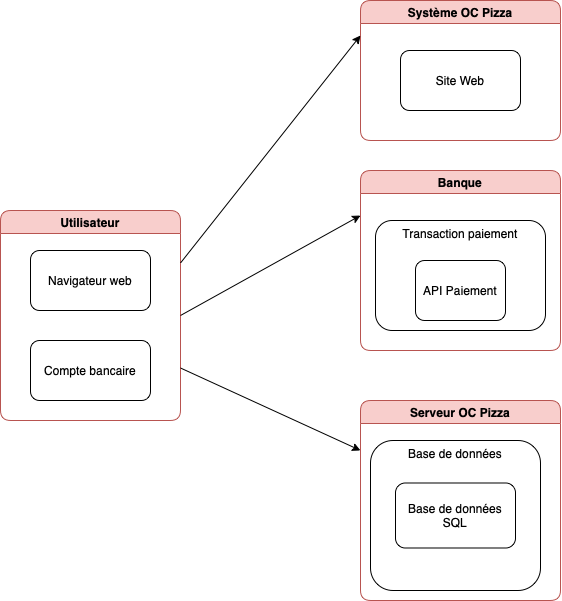
YvesC88/Project-7 keeps this draw.io diagram as diagramme_deploiement.drawio.png. Above is the earlier version. Source tidied: cells renumbered, new cells last; positions are measured from the earlier drawing's top-left corner, leaving out a move shared by most shapes.
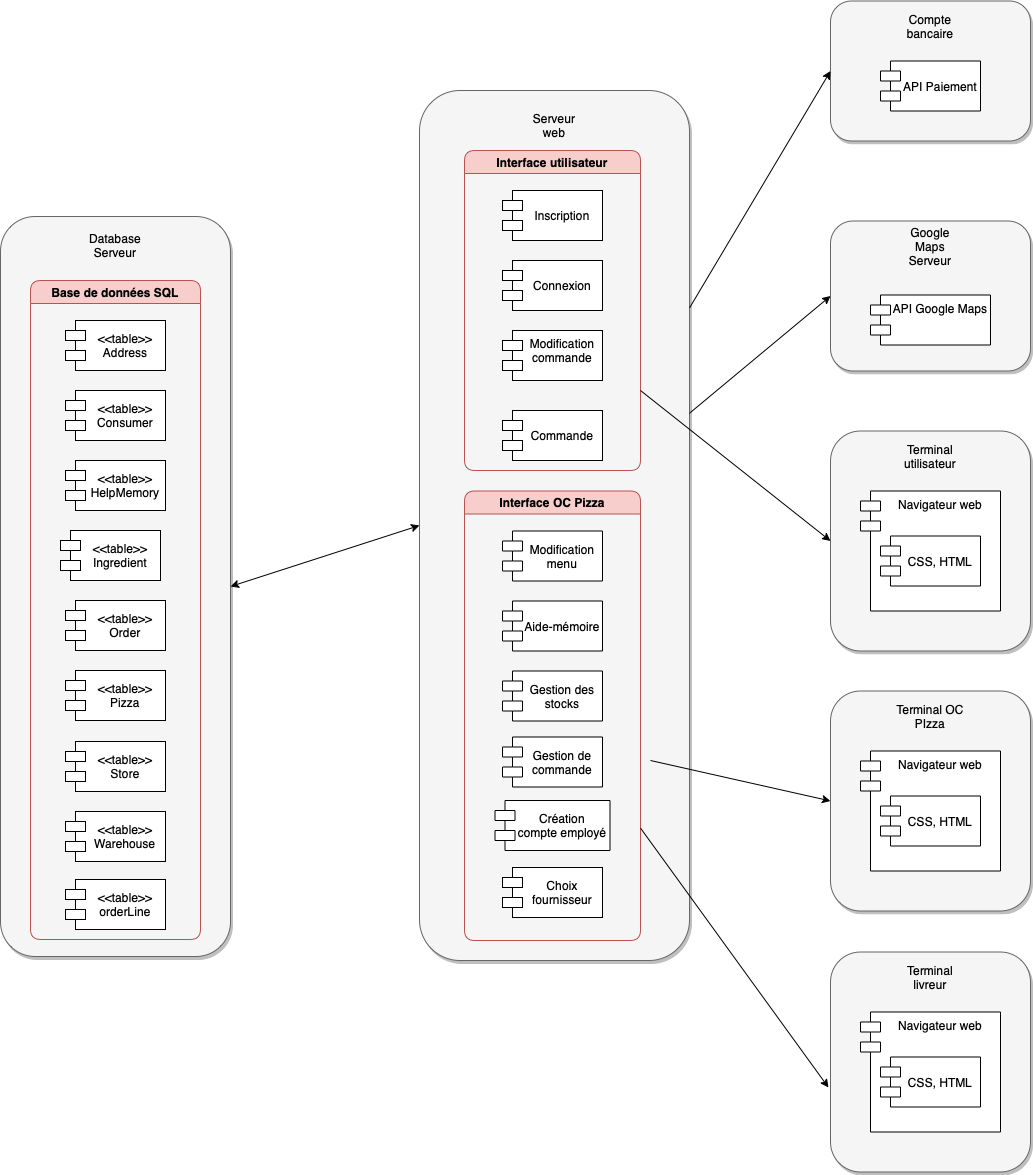
The same file after the commit.

The edit, as a diff of the source:
```diff
@@ -2,47 +2,157 @@
   <root>
     <mxCell id="0" />
     <mxCell id="1" parent="0" />
+    <mxCell id="16" style="html=1;rounded=1;fillColor=#f5f5f5;fontColor=#333333;strokeColor=#666666;shadow=1;" parent="1" vertex="1">
+      <mxGeometry x="-45" y="150" width="270" height="870" as="geometry" />
+    </mxCell>
-    <mxCell id="2" value="Utilisateur" style="swimlane;fillColor=#f8cecc;strokeColor=#b85450;rounded=1;" parent="1" vertex="1">
-      <mxGeometry y="210" width="180" height="210" as="geometry" />
+    <mxCell id="2" value="Interface utilisateur" style="swimlane;fillColor=#f8cecc;strokeColor=#b85450;rounded=1;align=center;" parent="1" vertex="1">
+      <mxGeometry y="210" width="176" height="320" as="geometry" />
     </mxCell>
-    <mxCell id="3" value="Navigateur web" style="rounded=1;whiteSpace=wrap;html=1;" parent="2" vertex="1">
-      <mxGeometry x="30" y="40" width="120" height="60" as="geometry" />
-    </mxCell>
+    <mxCell id="17" value="Inscription" style="shape=module;align=left;spacingLeft=20;align=center;verticalAlign=middle;rounded=1;" parent="2" vertex="1">
+      <mxGeometry x="38" y="40" width="100" height="50" as="geometry" />
+    </mxCell>
+    <mxCell id="18" value="Connexion" style="shape=module;align=left;spacingLeft=20;align=center;verticalAlign=middle;rounded=1;" parent="2" vertex="1">
+      <mxGeometry x="38" y="110" width="100" height="50" as="geometry" />
+    </mxCell>
+    <mxCell id="19" value="Modification &#10;commande" style="shape=module;align=left;spacingLeft=20;align=center;verticalAlign=top;rounded=1;" parent="2" vertex="1">
+      <mxGeometry x="38" y="180" width="100" height="50" as="geometry" />
+    </mxCell>
+    <mxCell id="20" value="Commande" style="shape=module;align=left;spacingLeft=20;align=center;verticalAlign=middle;rounded=1;" parent="2" vertex="1">
+      <mxGeometry x="38" y="260" width="100" height="50" as="geometry" />
+    </mxCell>
+    <mxCell id="21" value="Serveur web" style="text;html=1;strokeColor=none;fillColor=none;align=center;verticalAlign=middle;whiteSpace=wrap;rounded=0;" parent="1" vertex="1">
+      <mxGeometry x="60" y="170" width="60" height="30" as="geometry" />
+    </mxCell>
+    <mxCell id="22" value="Interface OC Pizza" style="swimlane;rounded=1;fillColor=#f8cecc;strokeColor=#b85450;" parent="1" vertex="1">
+      <mxGeometry y="550.5" width="176" height="449.5" as="geometry" />
+    </mxCell>
+    <mxCell id="23" value="Modification&#10;menu" style="shape=module;align=left;spacingLeft=20;align=center;verticalAlign=middle;rounded=1;" parent="22" vertex="1">
+      <mxGeometry x="38" y="40" width="100" height="50" as="geometry" />
+    </mxCell>
+    <mxCell id="24" value="Aide-mémoire" style="shape=module;align=left;spacingLeft=20;align=center;verticalAlign=middle;rounded=1;" parent="22" vertex="1">
+      <mxGeometry x="38" y="110" width="100" height="50" as="geometry" />
+    </mxCell>
+    <mxCell id="25" value="Gestion des&#10;stocks" style="shape=module;align=left;spacingLeft=20;align=center;verticalAlign=middle;rounded=1;" parent="22" vertex="1">
+      <mxGeometry x="38" y="180" width="100" height="50" as="geometry" />
+    </mxCell>
+    <mxCell id="26" value="Gestion de&#10;commande" style="shape=module;align=left;spacingLeft=20;align=center;verticalAlign=middle;rounded=1;" parent="22" vertex="1">
+      <mxGeometry x="38" y="246" width="100" height="50" as="geometry" />
+    </mxCell>
+    <mxCell id="27" value="Choix&#10;fournisseur" style="shape=module;align=left;spacingLeft=20;align=center;verticalAlign=middle;rounded=1;" parent="22" vertex="1">
+      <mxGeometry x="38" y="376.5" width="100" height="50" as="geometry" />
+    </mxCell>
+    <mxCell id="28" value="Création&#10;compte employé" style="shape=module;align=left;spacingLeft=20;align=center;verticalAlign=middle;rounded=1;" parent="22" vertex="1">
+      <mxGeometry x="30.5" y="309.5" width="115" height="50" as="geometry" />
+    </mxCell>
+    <mxCell id="29" style="endArrow=classic;html=1;rounded=0;exitX=1;exitY=0.5;exitDx=0;exitDy=0;entryX=0;entryY=0.5;entryDx=0;entryDy=0;shadow=0;sketch=0;startArrow=classic;startFill=1;" parent="1" edge="1" source="30" target="16">
+      <mxGeometry relative="1" as="geometry" />
+    </mxCell>
+    <mxCell id="30" style="rounded=1;whiteSpace=wrap;html=1;fillColor=#f5f5f5;fontColor=#333333;strokeColor=#666666;shadow=1;" parent="1" vertex="1">
+      <mxGeometry x="-464" y="276" width="230" height="740" as="geometry" />
+    </mxCell>
+    <mxCell id="12" value="Base de données SQL" style="swimlane;rounded=1;fillColor=#f8cecc;strokeColor=#b85450;" parent="1" vertex="1">
+      <mxGeometry x="-434" y="340" width="170" height="659" as="geometry" />
+    </mxCell>
+    <mxCell id="31" value="&lt;&lt;table&gt;&gt;&#10;Address" style="shape=module;align=left;spacingLeft=20;align=center;verticalAlign=middle;rounded=1;" parent="12" vertex="1">
+      <mxGeometry x="35" y="40" width="100" height="50" as="geometry" />
+    </mxCell>
+    <mxCell id="32" value="&lt;&lt;table&gt;&gt;&#10;Consumer" style="shape=module;align=left;spacingLeft=20;align=center;verticalAlign=middle;rounded=1;" parent="12" vertex="1">
+      <mxGeometry x="35" y="110" width="100" height="50" as="geometry" />
+    </mxCell>
+    <mxCell id="33" value="&lt;&lt;table&gt;&gt;&#10;HelpMemory" style="shape=module;align=left;spacingLeft=20;align=center;verticalAlign=middle;rounded=1;" parent="12" vertex="1">
+      <mxGeometry x="35" y="180" width="100" height="50" as="geometry" />
+    </mxCell>
+    <mxCell id="34" value="&lt;&lt;table&gt;&gt;&#10;Ingredient" style="shape=module;align=left;spacingLeft=20;align=center;verticalAlign=middle;rounded=1;" parent="12" vertex="1">
+      <mxGeometry x="30" y="250" width="100" height="50" as="geometry" />
+    </mxCell>
+    <mxCell id="35" value="&lt;&lt;table&gt;&gt;&#10;Order" style="shape=module;align=left;spacingLeft=20;align=center;verticalAlign=middle;rounded=1;" parent="12" vertex="1">
+      <mxGeometry x="35" y="320" width="100" height="50" as="geometry" />
+    </mxCell>
+    <mxCell id="36" value="&lt;&lt;table&gt;&gt;&#10;Pizza" style="shape=module;align=left;spacingLeft=20;align=center;verticalAlign=middle;rounded=1;" parent="12" vertex="1">
+      <mxGeometry x="35" y="390" width="100" height="50" as="geometry" />
+    </mxCell>
+    <mxCell id="37" value="&lt;&lt;table&gt;&gt;&#10;Store" style="shape=module;align=left;spacingLeft=20;align=center;verticalAlign=middle;rounded=1;" parent="12" vertex="1">
+      <mxGeometry x="35" y="461" width="100" height="50" as="geometry" />
+    </mxCell>
+    <mxCell id="38" value="&lt;&lt;table&gt;&gt;&#10;Warehouse" style="shape=module;align=left;spacingLeft=20;align=center;verticalAlign=middle;rounded=1;" parent="12" vertex="1">
+      <mxGeometry x="35" y="531" width="100" height="50" as="geometry" />
+    </mxCell>
+    <mxCell id="39" value="&lt;&lt;table&gt;&gt;&#10;orderLine" style="shape=module;align=left;spacingLeft=20;align=center;verticalAlign=middle;rounded=1;" parent="12" vertex="1">
+      <mxGeometry x="35" y="599" width="100" height="50" as="geometry" />
+    </mxCell>
+    <mxCell id="40" value="Database Serveur" style="text;html=1;strokeColor=none;fillColor=none;align=center;verticalAlign=middle;whiteSpace=wrap;rounded=0;" parent="1" vertex="1">
+      <mxGeometry x="-379" y="290" width="60" height="30" as="geometry" />
+    </mxCell>
+    <mxCell id="41" style="rounded=1;whiteSpace=wrap;html=1;fillColor=#f5f5f5;fontColor=#333333;strokeColor=#666666;shadow=1;" parent="1" vertex="1">
+      <mxGeometry x="366" y="60.5" width="200" height="140" as="geometry" />
+    </mxCell>
-    <mxCell id="4" value="Compte bancaire" style="rounded=1;whiteSpace=wrap;html=1;" parent="2" vertex="1">
-      <mxGeometry x="30" y="130" width="120" height="60" as="geometry" />
+    <mxCell id="4" value="Compte bancaire" style="text;html=1;strokeColor=none;fillColor=none;align=center;verticalAlign=middle;whiteSpace=wrap;rounded=0;" parent="1" vertex="1">
+      <mxGeometry x="436" y="70.5" width="60" height="30" as="geometry" />
     </mxCell>
-    <mxCell id="5" value="Banque" style="swimlane;fillColor=#f8cecc;strokeColor=#b85450;rounded=1;" parent="1" vertex="1">
-      <mxGeometry x="360" y="170" width="200" height="180" as="geometry" />
-    </mxCell>
-    <mxCell id="6" value="Transaction paiement" style="rounded=1;whiteSpace=wrap;html=1;verticalAlign=top;" parent="5" vertex="1">
-      <mxGeometry x="15" y="50" width="170" height="110" as="geometry" />
-    </mxCell>
-    <mxCell id="7" value="API Paiement" style="rounded=1;whiteSpace=wrap;html=1;" parent="5" vertex="1">
-      <mxGeometry x="55" y="90" width="90" height="60" as="geometry" />
+    <mxCell id="7" value="API Paiement" style="shape=module;align=left;spacingLeft=20;align=center;verticalAlign=middle;rounded=1;" parent="1" vertex="1">
+      <mxGeometry x="416" y="120.5" width="100" height="50" as="geometry" />
     </mxCell>
-    <mxCell id="8" value="Système OC Pizza" style="swimlane;fillColor=#f8cecc;strokeColor=#b85450;rounded=1;" parent="1" vertex="1">
-      <mxGeometry x="360" width="200" height="140" as="geometry" />
-    </mxCell>
-    <mxCell id="9" value="Site Web" style="rounded=1;whiteSpace=wrap;html=1;" parent="8" vertex="1">
-      <mxGeometry x="40" y="50" width="120" height="60" as="geometry" />
-    </mxCell>
-    <mxCell id="10" value="Serveur OC Pizza" style="swimlane;fillColor=#f8cecc;strokeColor=#b85450;rounded=1;" parent="1" vertex="1">
-      <mxGeometry x="360" y="400" width="200" height="200" as="geometry" />
-    </mxCell>
-    <mxCell id="11" value="Base de données" style="rounded=1;whiteSpace=wrap;html=1;verticalAlign=top;" parent="10" vertex="1">
-      <mxGeometry x="10" y="40" width="170" height="150" as="geometry" />
-    </mxCell>
-    <mxCell id="12" value="Base de données SQL" style="rounded=1;whiteSpace=wrap;html=1;" parent="10" vertex="1">
-      <mxGeometry x="35" y="82.5" width="120" height="65" as="geometry" />
-    </mxCell>
-    <mxCell id="13" style="endArrow=classic;html=1;rounded=0;exitX=1;exitY=0.25;exitDx=0;exitDy=0;entryX=0;entryY=0.25;entryDx=0;entryDy=0;" parent="1" edge="1" source="2" target="8">
-      <mxGeometry relative="1" as="geometry" />
-    </mxCell>
-    <mxCell id="14" style="endArrow=classic;html=1;rounded=0;exitX=1;exitY=0.5;exitDx=0;exitDy=0;entryX=0;entryY=0.25;entryDx=0;entryDy=0;" parent="1" edge="1" source="2" target="5">
-      <mxGeometry relative="1" as="geometry" />
-    </mxCell>
-    <mxCell id="15" style="endArrow=classic;html=1;rounded=0;exitX=1;exitY=0.75;exitDx=0;exitDy=0;entryX=0;entryY=0.25;entryDx=0;entryDy=0;" parent="1" edge="1" source="2" target="10">
-      <mxGeometry relative="1" as="geometry" />
-    </mxCell>
+    <mxCell id="42" style="rounded=1;whiteSpace=wrap;html=1;fillColor=#f5f5f5;fontColor=#333333;strokeColor=#666666;shadow=1;" parent="1" vertex="1">
+      <mxGeometry x="366" y="280.5" width="200" height="150" as="geometry" />
+    </mxCell>
+    <mxCell id="43" value="Google Maps Serveur" style="text;html=1;strokeColor=none;fillColor=none;align=center;verticalAlign=middle;whiteSpace=wrap;rounded=0;" parent="1" vertex="1">
+      <mxGeometry x="436" y="290.5" width="60" height="30" as="geometry" />
+    </mxCell>
+    <mxCell id="44" value="API Google Maps" style="shape=module;align=left;spacingLeft=20;align=center;verticalAlign=top;rounded=1;" parent="1" vertex="1">
+      <mxGeometry x="406" y="354.5" width="120" height="50" as="geometry" />
+    </mxCell>
+    <mxCell id="45" style="rounded=1;whiteSpace=wrap;html=1;shadow=1;fillColor=#f5f5f5;fontColor=#333333;strokeColor=#666666;" parent="1" vertex="1">
+      <mxGeometry x="366" y="490.5" width="200" height="220" as="geometry" />
+    </mxCell>
+    <mxCell id="46" value="Terminal utilisateur" style="text;html=1;strokeColor=none;fillColor=none;align=center;verticalAlign=middle;whiteSpace=wrap;rounded=0;shadow=1;" parent="1" vertex="1">
+      <mxGeometry x="431" y="500.5" width="70" height="30" as="geometry" />
+    </mxCell>
+    <mxCell id="47" value="Navigateur web" style="shape=module;align=left;spacingLeft=20;align=center;verticalAlign=top;rounded=1;shadow=0;" parent="1" vertex="1">
+      <mxGeometry x="396" y="550.5" width="140" height="120" as="geometry" />
+    </mxCell>
+    <mxCell id="48" value="CSS, HTML" style="shape=module;align=left;spacingLeft=20;align=center;verticalAlign=middle;rounded=1;shadow=0;" parent="1" vertex="1">
+      <mxGeometry x="416" y="595.5" width="100" height="50" as="geometry" />
+    </mxCell>
+    <mxCell id="49" style="rounded=1;whiteSpace=wrap;html=1;shadow=1;fillColor=#f5f5f5;fontColor=#333333;strokeColor=#666666;" parent="1" vertex="1">
+      <mxGeometry x="366" y="750.5" width="200" height="220" as="geometry" />
+    </mxCell>
+    <mxCell id="50" value="Terminal OC PIzza" style="text;html=1;strokeColor=none;fillColor=none;align=center;verticalAlign=middle;whiteSpace=wrap;rounded=0;shadow=1;" parent="1" vertex="1">
+      <mxGeometry x="431" y="760.5" width="70" height="30" as="geometry" />
+    </mxCell>
+    <mxCell id="51" value="Navigateur web" style="shape=module;align=left;spacingLeft=20;align=center;verticalAlign=top;rounded=1;shadow=0;" parent="1" vertex="1">
+      <mxGeometry x="396" y="810.5" width="140" height="120" as="geometry" />
+    </mxCell>
+    <mxCell id="52" value="CSS, HTML" style="shape=module;align=left;spacingLeft=20;align=center;verticalAlign=middle;rounded=1;shadow=0;" parent="1" vertex="1">
+      <mxGeometry x="416" y="855.5" width="100" height="50" as="geometry" />
+    </mxCell>
+    <mxCell id="53" style="rounded=1;whiteSpace=wrap;html=1;shadow=1;fillColor=#f5f5f5;fontColor=#333333;strokeColor=#666666;" parent="1" vertex="1">
+      <mxGeometry x="366" y="1011.5" width="200" height="220" as="geometry" />
+    </mxCell>
+    <mxCell id="54" value="Terminal livreur" style="text;html=1;strokeColor=none;fillColor=none;align=center;verticalAlign=middle;whiteSpace=wrap;rounded=0;shadow=1;" parent="1" vertex="1">
+      <mxGeometry x="431" y="1021.5" width="70" height="30" as="geometry" />
+    </mxCell>
+    <mxCell id="55" value="Navigateur web" style="shape=module;align=left;spacingLeft=20;align=center;verticalAlign=top;rounded=1;shadow=0;" parent="1" vertex="1">
+      <mxGeometry x="396" y="1071.5" width="140" height="120" as="geometry" />
+    </mxCell>
+    <mxCell id="56" value="CSS, HTML" style="shape=module;align=left;spacingLeft=20;align=center;verticalAlign=middle;rounded=1;shadow=0;" parent="1" vertex="1">
+      <mxGeometry x="416" y="1116.5" width="100" height="50" as="geometry" />
+    </mxCell>
+    <mxCell id="57" style="endArrow=classic;html=1;rounded=0;shadow=0;sketch=0;exitX=1;exitY=0.25;exitDx=0;exitDy=0;entryX=0;entryY=0.5;entryDx=0;entryDy=0;" parent="1" edge="1" source="16" target="41">
+      <mxGeometry relative="1" as="geometry" />
+    </mxCell>
+    <mxCell id="58" style="endArrow=classic;html=1;rounded=0;shadow=0;sketch=0;entryX=0;entryY=0.5;entryDx=0;entryDy=0;" parent="1" edge="1" target="49">
+      <mxGeometry relative="1" as="geometry">
+        <mxPoint x="186" y="820" as="sourcePoint" />
+      </mxGeometry>
+    </mxCell>
+    <mxCell id="59" style="endArrow=classic;html=1;rounded=0;shadow=0;sketch=0;entryX=0;entryY=0.5;entryDx=0;entryDy=0;" parent="1" edge="1" source="16" target="42">
+      <mxGeometry relative="1" as="geometry" />
+    </mxCell>
+    <mxCell id="60" style="endArrow=classic;html=1;rounded=0;shadow=0;sketch=0;entryX=0;entryY=0.5;entryDx=0;entryDy=0;exitX=1;exitY=0.75;exitDx=0;exitDy=0;" parent="1" edge="1" source="2" target="45">
+      <mxGeometry relative="1" as="geometry" />
+    </mxCell>
+    <mxCell id="61" style="endArrow=classic;html=1;rounded=0;shadow=0;sketch=0;entryX=-0.01;entryY=0.616;entryDx=0;entryDy=0;entryPerimeter=0;exitX=1;exitY=0.75;exitDx=0;exitDy=0;" parent="1" edge="1" source="22" target="53">
+      <mxGeometry relative="1" as="geometry" />
+    </mxCell>
   </root>
 </mxGraphModel>
```
